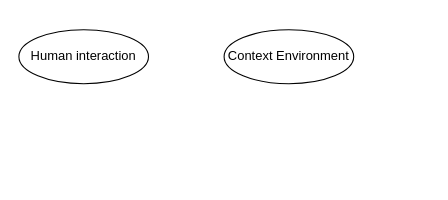
This is interactionmodel.drawio from kitylam9/Survey-on-Intelligent-user-interface-for-AugmentedReality, a draw.io file, before an edit. Source tidied: cells renumbered, new cells numbered last; positions are measured from the earlier drawing's top-left corner, leaving out a move shared by most shapes. Both pictures are drawn from the tidied source at 108%, with x=0, y=0 at pixel (18, 29).
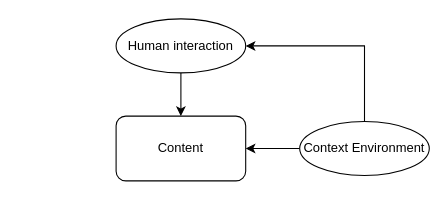
Above is the later version.

Change to the diagram source:
```diff
@@
 <mxGraphModel>
   <root>
     <mxCell id="0" />
     <mxCell id="1" parent="0" />
+    <mxCell id="4" style="edgeStyle=orthogonalEdgeStyle;rounded=0;jettySize=auto;html=1;" parent="1" edge="1" source="2" target="7">
+      <mxGeometry relative="1" as="geometry" />
+    </mxCell>
     <mxCell id="2" value="Human interaction" style="ellipse;whiteSpace=wrap;html=1;" parent="1" vertex="1">
-      <mxGeometry width="120" height="50" as="geometry" />
+      <mxGeometry x="90" y="-10" width="120" height="50" as="geometry" />
     </mxCell>
+    <mxCell id="5" style="edgeStyle=orthogonalEdgeStyle;rounded=0;jettySize=auto;html=1;entryX=1;entryY=0.5;entryDx=0;entryDy=0;" parent="1" edge="1" source="3" target="7">
+      <mxGeometry relative="1" as="geometry" />
+    </mxCell>
+    <mxCell id="6" style="edgeStyle=orthogonalEdgeStyle;rounded=0;jettySize=auto;html=1;entryX=1;entryY=0.5;entryDx=0;entryDy=0;" parent="1" edge="1" source="3" target="2">
+      <mxGeometry relative="1" as="geometry">
+        <Array as="points">
+          <mxPoint x="320" y="15" />
+        </Array>
+      </mxGeometry>
+    </mxCell>
     <mxCell id="3" value="Context Environment" style="ellipse;whiteSpace=wrap;html=1;" parent="1" vertex="1">
-      <mxGeometry x="190" width="120" height="50" as="geometry" />
+      <mxGeometry x="260" y="85" width="120" height="50" as="geometry" />
     </mxCell>
+    <mxCell id="7" value="Content" style="rounded=1;whiteSpace=wrap;html=1;" parent="1" vertex="1">
+      <mxGeometry x="90" y="80" width="120" height="60" as="geometry" />
+    </mxCell>
   </root>
 </mxGraphModel>
```
